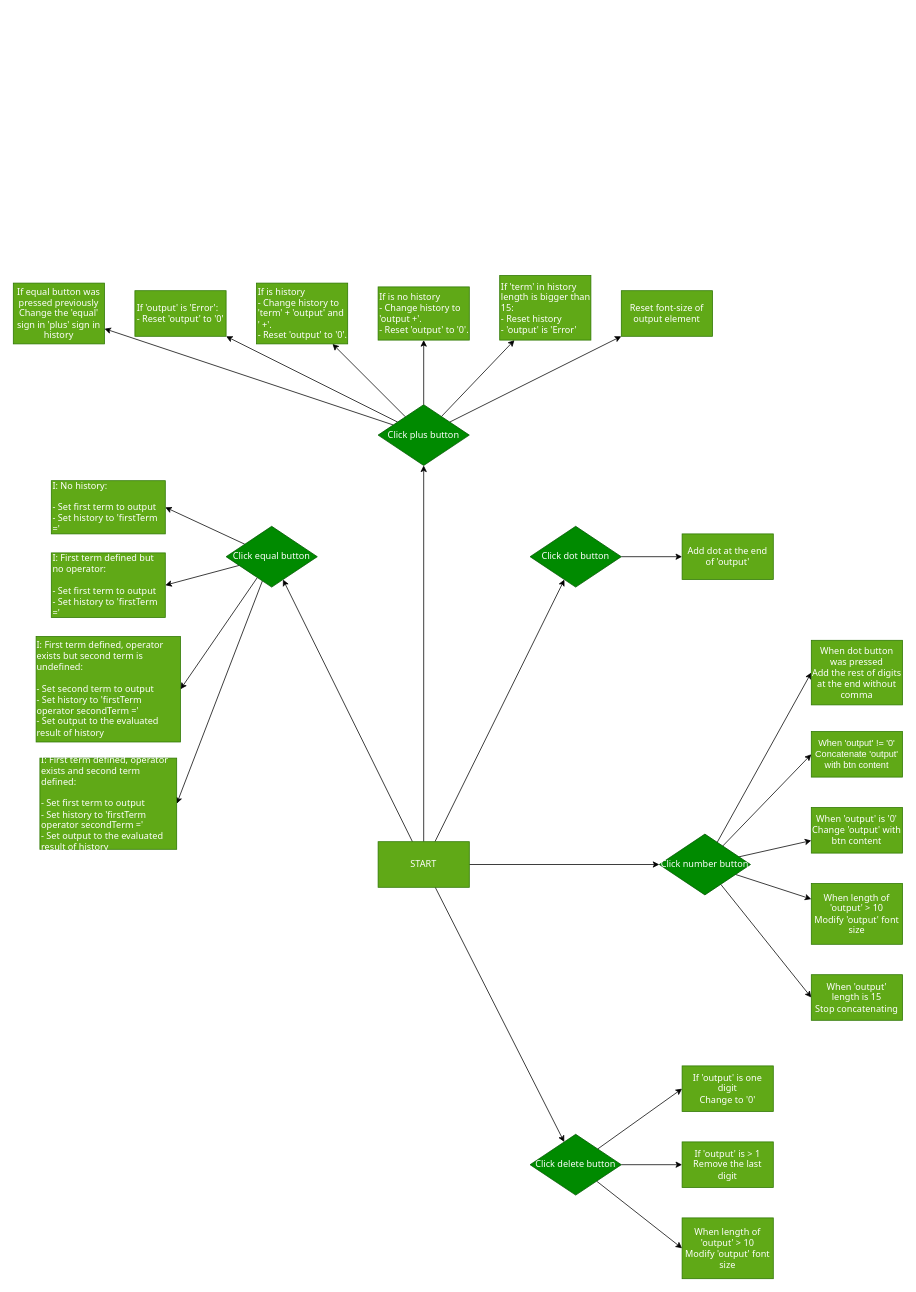
This is flowchart.drawio from CVOvidiu/Calculator-Project, a draw.io file, before an edit. Source tidied: cells renumbered, new cells numbered last; positions are measured from the earlier drawing's top-left corner, leaving out a move shared by most shapes. Both pictures are drawn from the tidied source at 76%, with x=0, y=0 at pixel (13, 275).
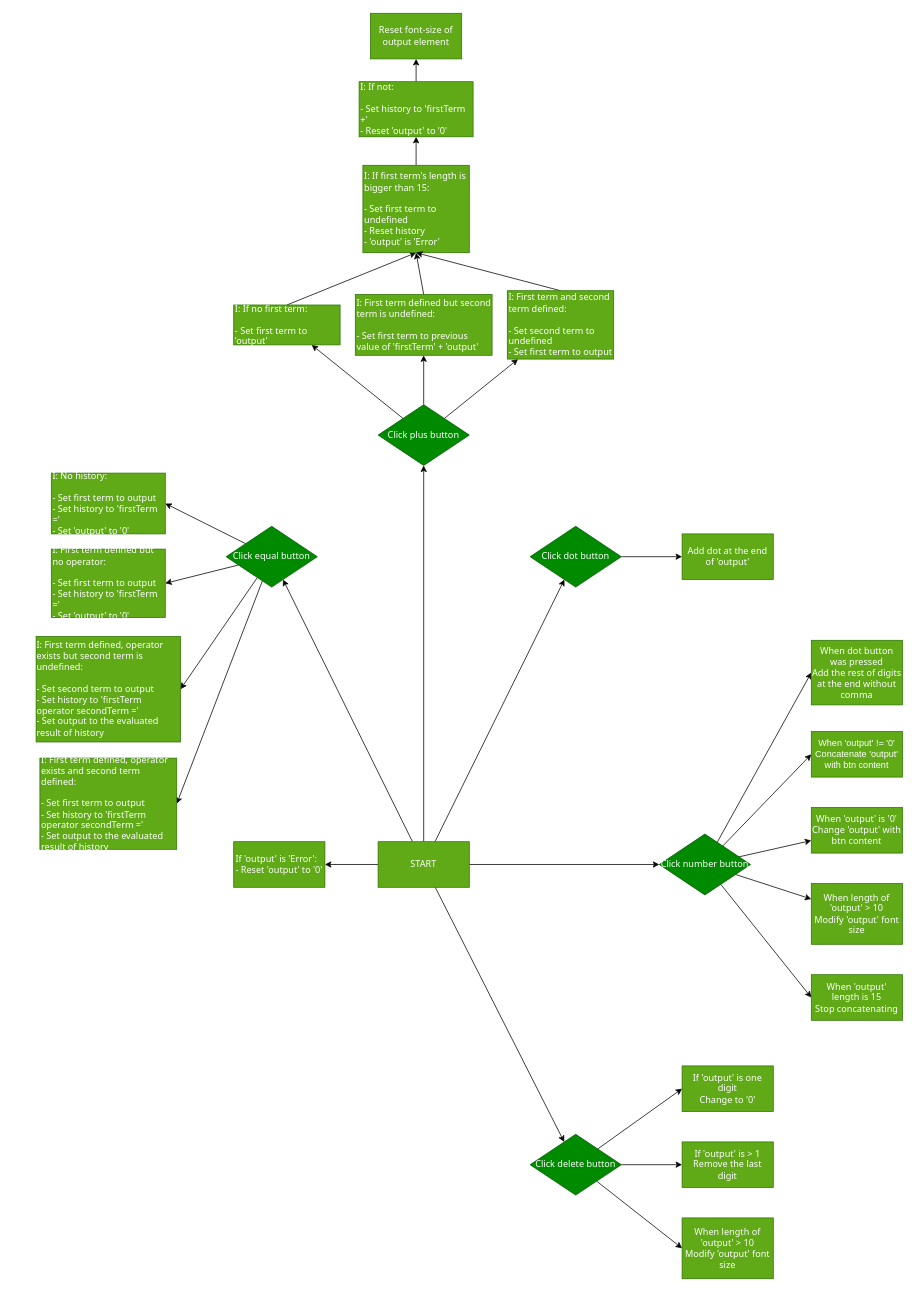
After the change.

Commit message (it also covers changes not shown here):
Plus button functionality

The change refers to these unchanged cells:
```xml
<mxCell id="7" value="START" style="whiteSpace=wrap;html=1;fontFamily=Tahoma;fillColor=#60a917;fontColor=#ffffff;strokeColor=#2D7600;" parent="1" vertex="1">
  <mxGeometry x="480" y="745" width="120" height="60" as="geometry" />
</mxCell>
<mxCell id="35" value="Click plus button" style="rhombus;whiteSpace=wrap;html=1;fontFamily=Tahoma;fillColor=#008a00;strokeColor=#005700;fontColor=#ffffff;" parent="1" vertex="1">
  <mxGeometry x="480" y="170" width="120" height="80" as="geometry" />
</mxCell>
```

Change to the diagram source:
```diff
@@
+    <mxCell id="51" style="edgeStyle=none;html=1;exitX=0;exitY=0.5;exitDx=0;exitDy=0;entryX=1;entryY=0.5;entryDx=0;entryDy=0;" parent="1" edge="1" source="7" target="39">
+      <mxGeometry relative="1" as="geometry" />
+    </mxCell>
@@
-    <mxCell id="31" style="edgeStyle=none;html=1;" parent="1" edge="1" source="35" target="38">
-      <mxGeometry relative="1" as="geometry" />
-    </mxCell>
-    <mxCell id="32" style="edgeStyle=none;html=1;" parent="1" edge="1" source="35" target="39">
-      <mxGeometry relative="1" as="geometry" />
-    </mxCell>
-    <mxCell id="33" style="edgeStyle=none;html=1;" parent="1" edge="1" source="35" target="40">
-      <mxGeometry relative="1" as="geometry" />
-    </mxCell>
-    <mxCell id="34" style="edgeStyle=none;html=1;" parent="1" edge="1" source="35" target="47">
-      <mxGeometry relative="1" as="geometry" />
-    </mxCell>
+    <mxCell id="52" style="edgeStyle=none;html=1;" parent="1" edge="1" source="35" target="57">
+      <mxGeometry relative="1" as="geometry" />
+    </mxCell>
@@
+    <mxCell id="53" style="edgeStyle=none;html=1;exitX=0.5;exitY=0;exitDx=0;exitDy=0;entryX=0.5;entryY=1;entryDx=0;entryDy=0;" parent="1" edge="1" source="36" target="38">
+      <mxGeometry relative="1" as="geometry" />
+    </mxCell>
-    <mxCell id="36" value="If is no history&lt;br&gt;- Change history to 'output +'.&lt;br&gt;- Reset 'output' to '0'." style="whiteSpace=wrap;html=1;fontFamily=Tahoma;fillColor=#60a917;strokeColor=#2D7600;fontColor=#ffffff;align=left;" parent="1" vertex="1">
-      <mxGeometry x="480" y="15" width="120" height="70" as="geometry" />
+    <mxCell id="36" value="I: If no first term:&lt;br&gt;&lt;br&gt;- Set first term to 'output'" style="whiteSpace=wrap;html=1;fontFamily=Tahoma;fillColor=#60a917;strokeColor=#2D7600;fontColor=#ffffff;align=left;" parent="1" vertex="1">
+      <mxGeometry x="290" y="38.8" width="140" height="52.5" as="geometry" />
     </mxCell>
+    <mxCell id="54" style="edgeStyle=none;html=1;exitX=0.5;exitY=0;exitDx=0;exitDy=0;entryX=0.5;entryY=1;entryDx=0;entryDy=0;" parent="1" edge="1" source="37" target="38">
+      <mxGeometry relative="1" as="geometry" />
+    </mxCell>
-    <mxCell id="37" value="If is history&lt;br&gt;- Change history to 'term' + 'output' and ' +'.&lt;br&gt;- Reset 'output' to '0'." style="whiteSpace=wrap;html=1;fontFamily=Tahoma;fillColor=#60a917;strokeColor=#2D7600;fontColor=#ffffff;align=left;" parent="1" vertex="1">
-      <mxGeometry x="320" y="10" width="120" height="80" as="geometry" />
+    <mxCell id="37" value="I: First term defined but second term is undefined:&lt;br&gt;&lt;br&gt;- Set first term to previous value of 'firstTerm' + 'output'" style="whiteSpace=wrap;html=1;fontFamily=Tahoma;fillColor=#60a917;strokeColor=#2D7600;fontColor=#ffffff;align=left;" parent="1" vertex="1">
+      <mxGeometry x="450" y="25" width="180" height="80" as="geometry" />
     </mxCell>
+    <mxCell id="55" style="edgeStyle=none;html=1;" parent="1" edge="1" source="38" target="59">
+      <mxGeometry relative="1" as="geometry" />
+    </mxCell>
-    <mxCell id="38" value="If 'term' in history length is bigger than 15:&lt;br&gt;- Reset history&lt;br&gt;- 'output' is 'Error'" style="whiteSpace=wrap;html=1;fontFamily=Tahoma;fillColor=#60a917;strokeColor=#2D7600;fontColor=#ffffff;align=left;" parent="1" vertex="1">
-      <mxGeometry x="640" width="120" height="85" as="geometry" />
+    <mxCell id="38" value="I: If first term's length is bigger than 15:&lt;br&gt;&lt;br&gt;- Set first term to undefined&lt;br&gt;- Reset history&lt;br&gt;- 'output' is 'Error'" style="whiteSpace=wrap;html=1;fontFamily=Tahoma;fillColor=#60a917;strokeColor=#2D7600;fontColor=#ffffff;align=left;" parent="1" vertex="1">
+      <mxGeometry x="460" y="-145" width="140" height="115" as="geometry" />
     </mxCell>
     <mxCell id="39" value="&lt;div style=&quot;text-align: left&quot;&gt;&lt;span&gt;If 'output' is 'Error':&lt;br&gt;- Reset 'output' to '0'&lt;/span&gt;&lt;/div&gt;" style="whiteSpace=wrap;html=1;fontFamily=Tahoma;fillColor=#60a917;strokeColor=#2D7600;fontColor=#ffffff;" parent="1" vertex="1">
-      <mxGeometry x="160" y="20" width="120" height="60" as="geometry" />
+      <mxGeometry x="290" y="745" width="120" height="60" as="geometry" />
     </mxCell>
     <mxCell id="40" value="Reset font-size of output element" style="whiteSpace=wrap;html=1;fontFamily=Tahoma;fillColor=#60a917;strokeColor=#2D7600;fontColor=#ffffff;" parent="1" vertex="1">
-      <mxGeometry x="800" y="20" width="120" height="60" as="geometry" />
+      <mxGeometry x="470" y="-345" width="120" height="60" as="geometry" />
     </mxCell>
@@
-    <mxCell id="46" value="I: No history:&lt;br&gt;&lt;br&gt;- Set first term to output&lt;br&gt;- Set history to 'firstTerm ='" style="whiteSpace=wrap;html=1;fontFamily=Tahoma;fillColor=#60a917;strokeColor=#2D7600;fontColor=#ffffff;align=left;" parent="1" vertex="1">
-      <mxGeometry x="50" y="270" width="150" height="70" as="geometry" />
+    <mxCell id="46" value="I: No history:&lt;br&gt;&lt;br&gt;- Set first term to output&lt;br&gt;- Set history to 'firstTerm ='&lt;br&gt;- Set 'output' to '0'" style="whiteSpace=wrap;html=1;fontFamily=Tahoma;fillColor=#60a917;strokeColor=#2D7600;fontColor=#ffffff;align=left;" parent="1" vertex="1">
+      <mxGeometry x="50" y="260" width="150" height="80" as="geometry" />
     </mxCell>
-    <mxCell id="47" value="If equal button was pressed previously&lt;br&gt;Change the 'equal' sign in 'plus' sign in history" style="whiteSpace=wrap;html=1;fontFamily=Tahoma;fillColor=#60a917;strokeColor=#2D7600;fontColor=#ffffff;" parent="1" vertex="1">
-      <mxGeometry y="10" width="120" height="80" as="geometry" />
-    </mxCell>
-    <mxCell id="48" value="I: First term defined but no operator:&lt;br&gt;&lt;br&gt;- Set first term to output&lt;br&gt;- Set history to 'firstTerm ='" style="whiteSpace=wrap;html=1;fontFamily=Tahoma;fillColor=#60a917;strokeColor=#2D7600;fontColor=#ffffff;align=left;" parent="1" vertex="1">
-      <mxGeometry x="50" y="365" width="150" height="85" as="geometry" />
+    <mxCell id="48" value="I: First term defined but no operator:&lt;br&gt;&lt;br&gt;- Set first term to output&lt;br&gt;- Set history to 'firstTerm ='&lt;br&gt;- Set 'output' to '0'" style="whiteSpace=wrap;html=1;fontFamily=Tahoma;fillColor=#60a917;strokeColor=#2D7600;fontColor=#ffffff;align=left;" parent="1" vertex="1">
+      <mxGeometry x="50" y="360" width="150" height="90" as="geometry" />
     </mxCell>
@@
+    <mxCell id="56" style="edgeStyle=none;html=1;exitX=0.5;exitY=0;exitDx=0;exitDy=0;entryX=0.5;entryY=1;entryDx=0;entryDy=0;" parent="1" edge="1" source="57" target="38">
+      <mxGeometry relative="1" as="geometry" />
+    </mxCell>
+    <mxCell id="57" value="I: First term and second term defined:&lt;br&gt;&lt;br&gt;- Set second term to undefined&lt;br&gt;- Set first term to output" style="whiteSpace=wrap;html=1;fontFamily=Tahoma;fillColor=#60a917;strokeColor=#2D7600;fontColor=#ffffff;align=left;" parent="1" vertex="1">
+      <mxGeometry x="650" y="20" width="140" height="90" as="geometry" />
+    </mxCell>
+    <mxCell id="58" style="edgeStyle=none;html=1;" parent="1" edge="1" source="59" target="40">
+      <mxGeometry relative="1" as="geometry" />
+    </mxCell>
+    <mxCell id="59" value="I: If not:&lt;br&gt;&lt;br&gt;- Set history to 'firstTerm +'&lt;br&gt;- Reset 'output' to '0'" style="whiteSpace=wrap;html=1;fontFamily=Tahoma;align=left;fillColor=#60a917;strokeColor=#2D7600;fontColor=#ffffff;" parent="1" vertex="1">
+      <mxGeometry x="455" y="-255" width="150" height="72.5" as="geometry" />
+    </mxCell>
```
